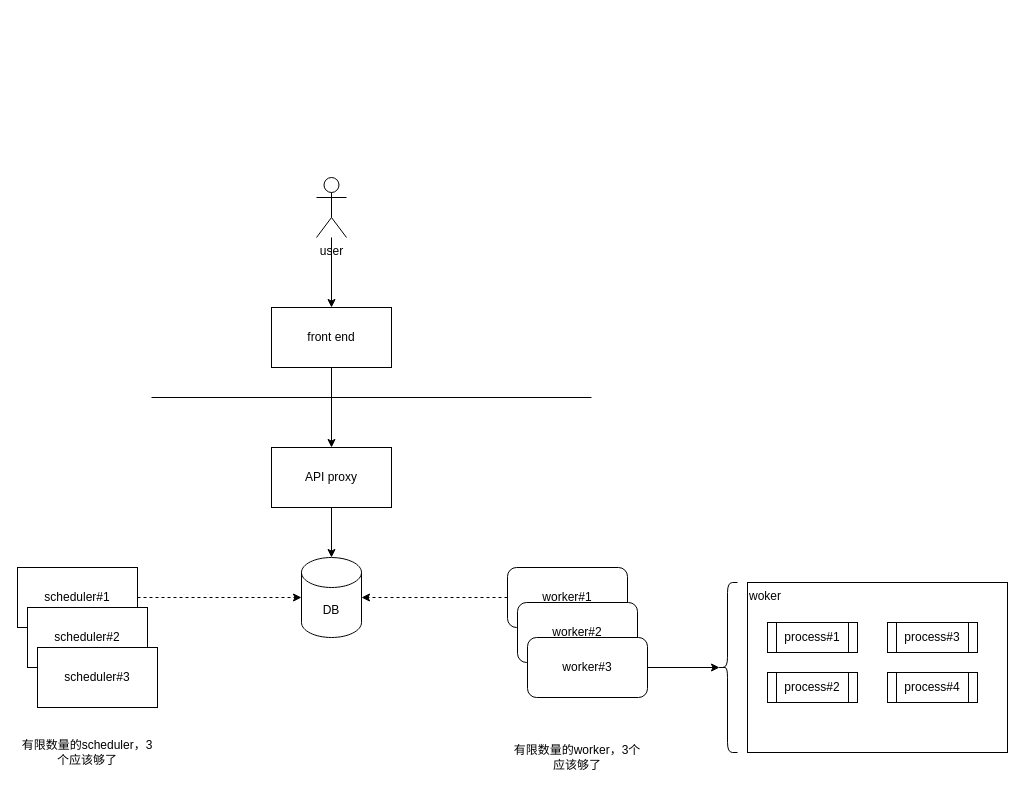
This is page "arch design" (4 of 5) of simple-scheduler.drawio from gabrywu/drawio-dag, a draw.io file, before an edit. Source tidied: cells renumbered, new cells numbered last; positions are measured from the earlier drawing's top-left corner, leaving out a move shared by most shapes. Both pictures are drawn from the tidied source at 100%, with x=0, y=0 at pixel (17, 177).
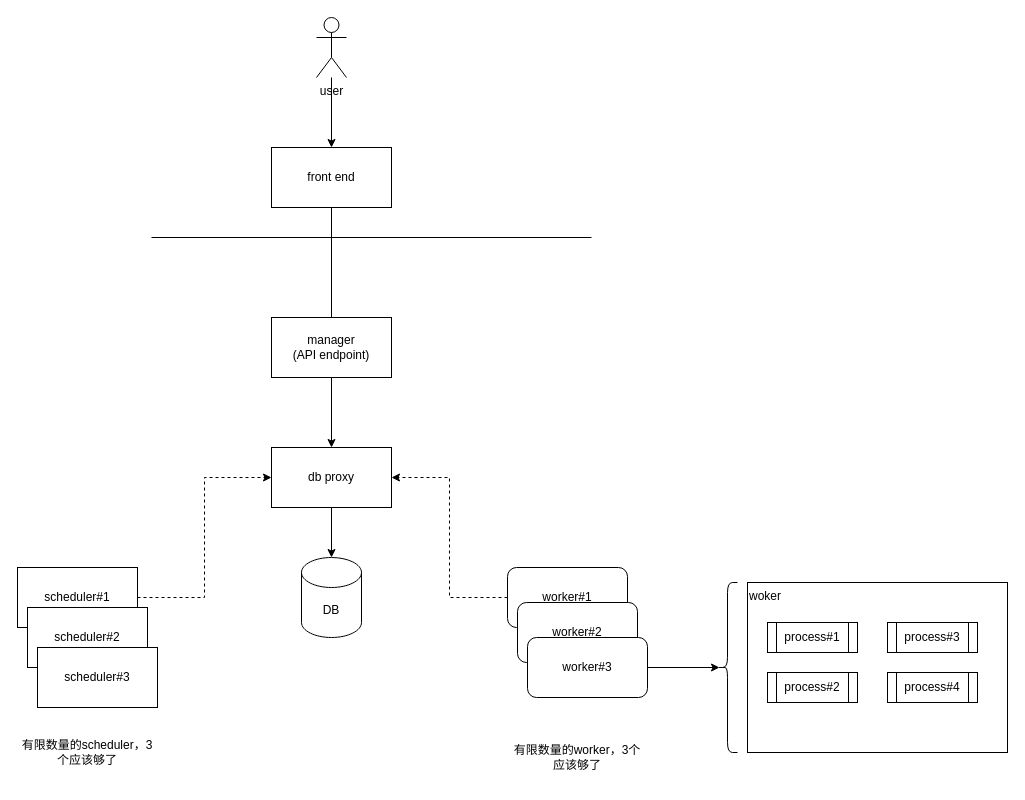
After the change.

Unchanged cells that the change refers to:
```xml
<mxCell id="10" value="DB" style="shape=cylinder3;whiteSpace=wrap;html=1;boundedLbl=1;backgroundOutline=1;size=15;" parent="1" vertex="1">
  <mxGeometry x="284" y="380" width="60" height="80" as="geometry" />
</mxCell>
<mxCell id="13" value="worker#1" style="rounded=1;whiteSpace=wrap;html=1;" parent="12" vertex="1">
  <mxGeometry width="120" height="60" as="geometry" />
</mxCell>
<mxCell id="17" value="scheduler#1" style="rounded=0;whiteSpace=wrap;html=1;" parent="16" vertex="1">
  <mxGeometry width="120" height="60" as="geometry" />
</mxCell>
```

The edit, as a diff of the source:
```diff
@@
     <mxCell id="3" value="front end" style="rounded=0;whiteSpace=wrap;html=1;" parent="1" vertex="1">
-      <mxGeometry x="254" y="130" width="120" height="60" as="geometry" />
+      <mxGeometry x="254" y="-30" width="120" height="60" as="geometry" />
     </mxCell>
@@
     <mxCell id="5" value="user" style="shape=umlActor;verticalLabelPosition=bottom;verticalAlign=top;html=1;outlineConnect=0;" parent="1" vertex="1">
-      <mxGeometry x="299" width="30" height="60" as="geometry" />
+      <mxGeometry x="299" y="-160" width="30" height="60" as="geometry" />
     </mxCell>
     <mxCell id="6" style="endArrow=none;html=1;rounded=0;" parent="1" edge="1">
       <mxGeometry relative="1" as="geometry">
-        <mxPoint x="134" y="220" as="sourcePoint" />
-        <mxPoint x="574" y="220" as="targetPoint" />
+        <mxPoint x="134" y="60" as="sourcePoint" />
+        <mxPoint x="574" y="60" as="targetPoint" />
       </mxGeometry>
     </mxCell>
@@
-    <mxCell id="8" value="API proxy" style="rounded=0;whiteSpace=wrap;html=1;" parent="1" vertex="1">
+    <mxCell id="8" value="db proxy" style="rounded=0;whiteSpace=wrap;html=1;" parent="1" vertex="1">
       <mxGeometry x="254" y="270" width="120" height="60" as="geometry" />
     </mxCell>
-    <mxCell id="9" style="edgeStyle=orthogonalEdgeStyle;rounded=0;jettySize=auto;html=1;startArrow=none;startFill=0;endArrow=classic;endFill=1;dashed=1;" parent="1" edge="1" source="17" target="10">
+    <mxCell id="9" style="edgeStyle=orthogonalEdgeStyle;rounded=0;jettySize=auto;html=1;startArrow=none;startFill=0;endArrow=classic;endFill=1;dashed=1;entryX=0;entryY=0.5;entryDx=0;entryDy=0;" parent="1" edge="1" source="17" target="8">
       <mxGeometry relative="1" as="geometry" />
     </mxCell>
@@
-    <mxCell id="11" style="edgeStyle=orthogonalEdgeStyle;rounded=0;jettySize=auto;html=1;dashed=1;" parent="1" edge="1" source="13" target="10">
+    <mxCell id="11" style="edgeStyle=orthogonalEdgeStyle;rounded=0;jettySize=auto;html=1;dashed=1;entryX=1;entryY=0.5;entryDx=0;entryDy=0;" parent="1" edge="1" source="13" target="8">
       <mxGeometry relative="1" as="geometry" />
     </mxCell>
@@
+    <mxCell id="29" value="manager&lt;br&gt;(API endpoint)" style="rounded=0;whiteSpace=wrap;html=1;" parent="1" vertex="1">
+      <mxGeometry x="254" y="140" width="120" height="60" as="geometry" />
+    </mxCell>
```
